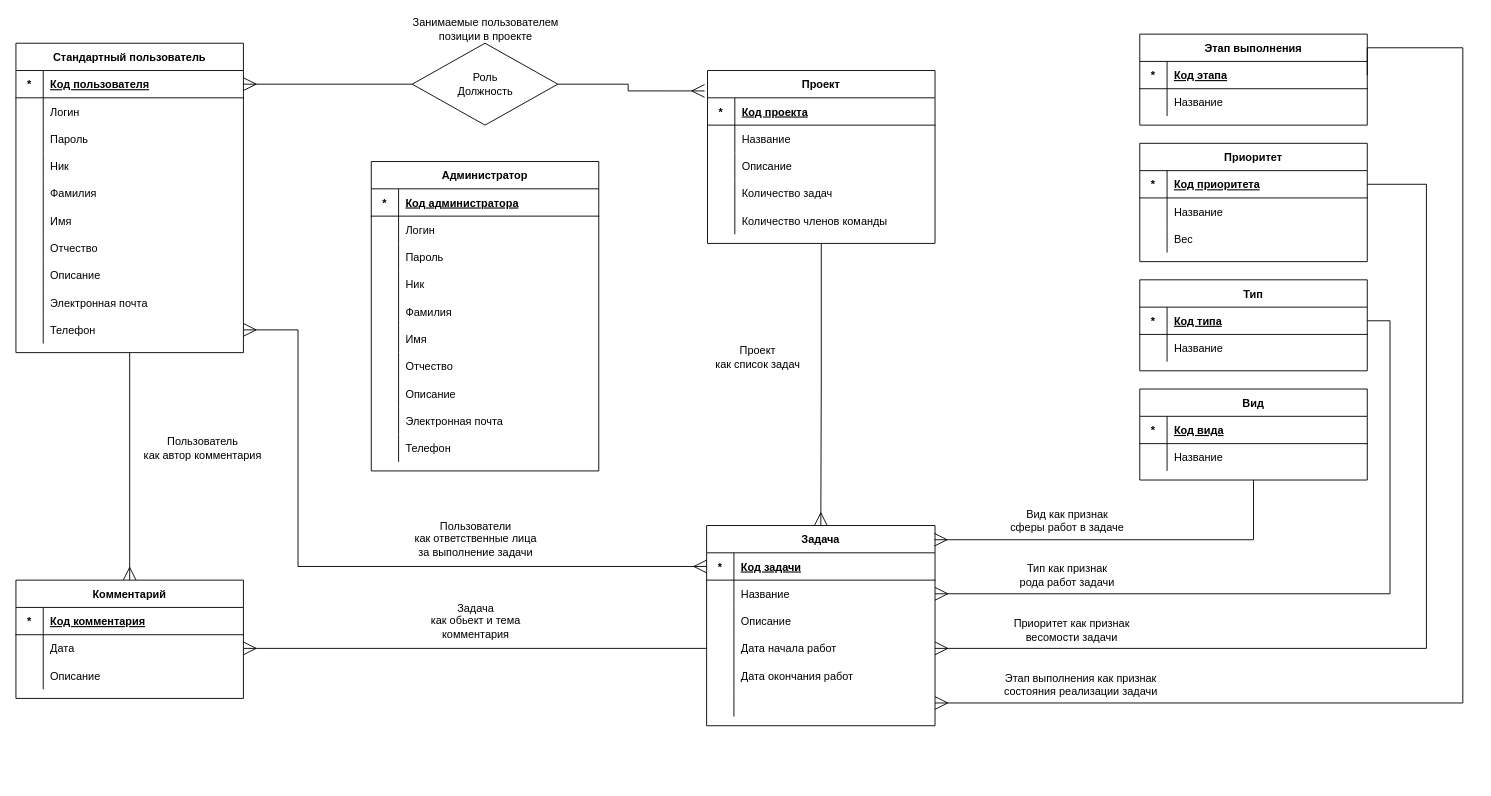
This is doc/erd.drawio from UlrixSingle/task-manager-suai-23, a draw.io file, before an edit. Source tidied: cells renumbered, new cells numbered last; positions are measured from the earlier drawing's top-left corner, leaving out a move shared by most shapes. Both pictures are drawn from the tidied source at 91%, with x=0, y=0 at pixel (15, 15).
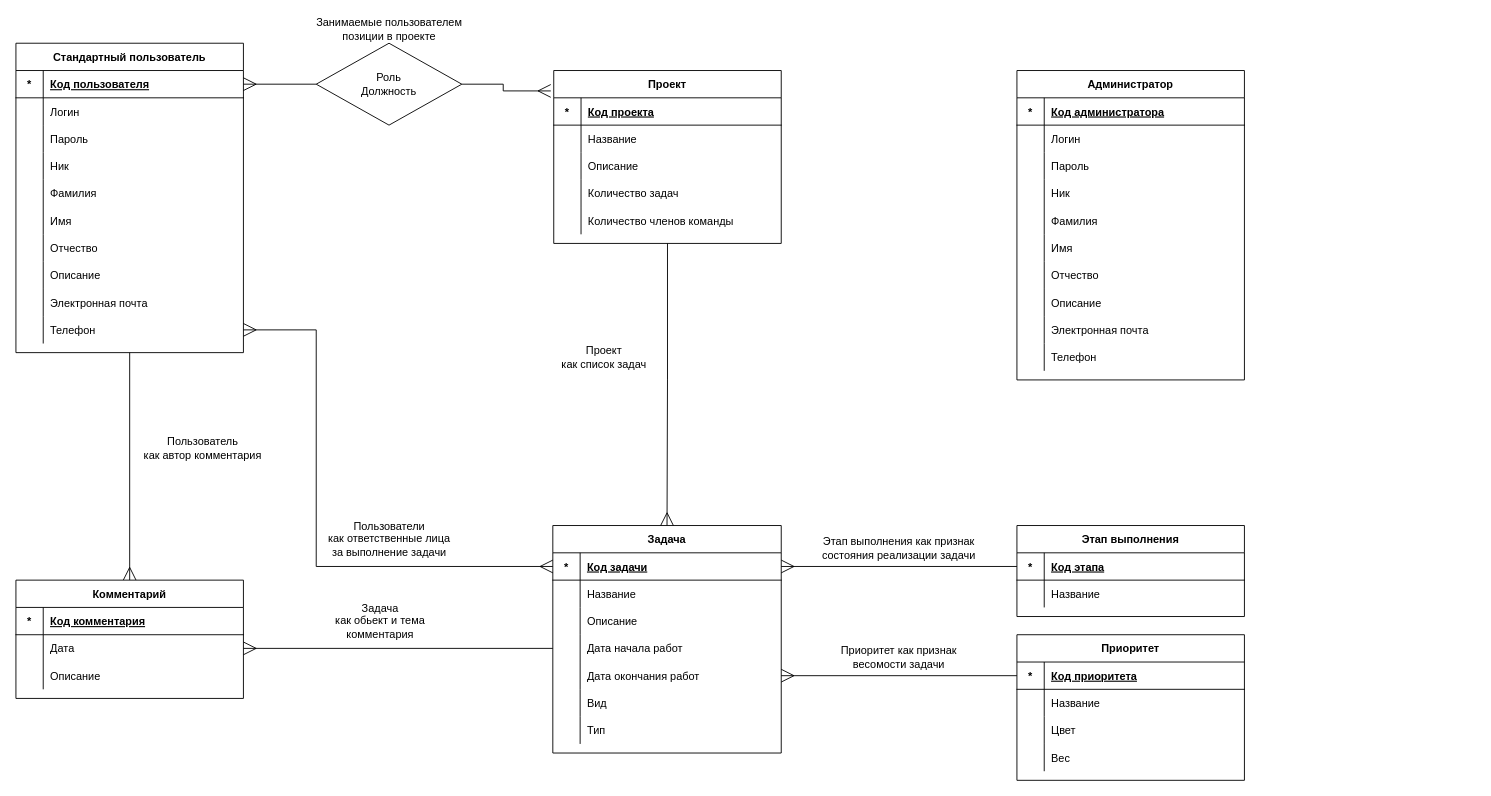
The same page after the edit.

The change refers to these unchanged cells:
```xml
<mxCell id="50" style="shape=partialRectangle;fillColor=none;points=[[0,0.5],[1,0.5]];portConstraint=eastwest;top=0;left=0;right=0;bottom=1;" parent="49" vertex="1">
  <mxGeometry y="30" width="251" height="30" as="geometry" />
</mxCell>
<mxCell id="53" style="shape=partialRectangle;fillColor=none;points=[[0,0.5],[1,0.5]];portConstraint=eastwest;top=0;left=0;right=0;bottom=0;" parent="49" vertex="1">
  <mxGeometry y="60" width="251" height="30" as="geometry" />
</mxCell>
<mxCell id="59" style="shape=partialRectangle;fillColor=none;points=[[0,0.5],[1,0.5]];portConstraint=eastwest;top=0;left=0;right=0;bottom=0;" parent="49" vertex="1">
  <mxGeometry y="120" width="251" height="30" as="geometry" />
</mxCell>
<mxCell id="62" style="shape=partialRectangle;fillColor=none;points=[[0,0.5],[1,0.5]];portConstraint=eastwest;top=0;left=0;right=0;bottom=0;" parent="49" vertex="1">
  <mxGeometry y="150" width="251" height="30" as="geometry" />
</mxCell>
<mxCell id="65" style="shape=partialRectangle;fillColor=none;points=[[0,0.5],[1,0.5]];portConstraint=eastwest;top=0;left=0;right=0;bottom=0;" parent="49" vertex="1">
  <mxGeometry y="180" width="251" height="30" as="geometry" />
</mxCell>
<mxCell id="95" style="shape=partialRectangle;fillColor=none;points=[[0,0.5],[1,0.5]];portConstraint=eastwest;top=0;left=0;right=0;bottom=1;" parent="94" vertex="1">
  <mxGeometry y="30" width="250" height="30" as="geometry" />
</mxCell>
<mxCell id="132" style="shape=partialRectangle;fillColor=none;points=[[0,0.5],[1,0.5]];portConstraint=eastwest;top=0;left=0;right=0;bottom=0;" parent="104" vertex="1">
  <mxGeometry y="300" width="250" height="30" as="geometry" />
</mxCell>
<mxCell id="152" style="shape=partialRectangle;fillColor=none;points=[[0,0.5],[1,0.5]];portConstraint=eastwest;top=0;left=0;right=0;bottom=1;" parent="151" vertex="1">
  <mxGeometry y="30" width="250" height="30" as="geometry" />
</mxCell>
```

The edit, as a diff of the source:
```diff
@@
     <mxCell id="2" value="Администратор" style="shape=table;startSize=30;childLayout=tableLayout;rowLines=0;fontStyle=1;align=center;" parent="1" vertex="1">
-      <mxGeometry x="390.5" y="160" width="250" height="340" as="geometry" />
+      <mxGeometry x="1100" y="60" width="250" height="340" as="geometry" />
     </mxCell>
@@
     <mxCell id="33" value="Проект" style="shape=table;startSize=30;childLayout=tableLayout;rowLines=0;fontStyle=1;align=center;" parent="1" vertex="1">
-      <mxGeometry x="760" y="60" width="250" height="190" as="geometry" />
+      <mxGeometry x="591" y="60" width="250" height="190" as="geometry" />
     </mxCell>
@@
     <mxCell id="49" value="Задача" style="shape=table;startSize=30;childLayout=tableLayout;rowLines=0;fontStyle=1;align=center;" parent="1" vertex="1">
-      <mxGeometry x="759" y="560" width="251" height="220" as="geometry" />
+      <mxGeometry x="590" y="560" width="251" height="250" as="geometry" />
     </mxCell>
@@
-    <mxCell id="67" style="shape=partialRectangle;overflow=hidden;fillColor=none;top=0;left=0;bottom=0;right=0;align=left;spacingLeft=6;" parent="65" vertex="1">
+    <mxCell id="67" value="Вид" style="shape=partialRectangle;overflow=hidden;fillColor=none;top=0;left=0;bottom=0;right=0;align=left;spacingLeft=6;" parent="65" vertex="1">
       <mxGeometry x="30" width="221" height="30" as="geometry" />
     </mxCell>
+    <mxCell id="161" style="shape=partialRectangle;fillColor=none;top=0;left=0;right=0;bottom=0;" parent="49" vertex="1">
+      <mxGeometry y="210" width="251" height="30" as="geometry" />
+    </mxCell>
+    <mxCell id="162" style="shape=partialRectangle;overflow=hidden;fillColor=none;top=0;left=0;bottom=0;right=0;" parent="161" vertex="1">
+      <mxGeometry width="30" height="30" as="geometry" />
+    </mxCell>
+    <mxCell id="86" value="Тип" style="shape=partialRectangle;overflow=hidden;fillColor=none;top=0;left=0;bottom=0;right=0;align=left;spacingLeft=6;" parent="161" vertex="1">
+      <mxGeometry x="30" width="221" height="30" as="geometry" />
+    </mxCell>
@@
-    <mxCell id="79" value="Вид" style="shape=table;startSize=30;childLayout=tableLayout;rowLines=0;fontStyle=1;align=center;" parent="1" vertex="1">
-      <mxGeometry x="1235" y="410" width="250" height="100" as="geometry" />
-    </mxCell>
-    <mxCell id="80" style="shape=partialRectangle;fillColor=none;top=0;left=0;right=0;bottom=1;" parent="79" vertex="1">
-      <mxGeometry y="30" width="250" height="30" as="geometry" />
-    </mxCell>
-    <mxCell id="81" value="*" style="shape=partialRectangle;overflow=hidden;fillColor=none;top=0;left=0;bottom=0;right=0;fontStyle=1;" parent="80" vertex="1">
-      <mxGeometry width="30" height="30" as="geometry" />
-    </mxCell>
-    <mxCell id="82" value="Код вида" style="shape=partialRectangle;overflow=hidden;fillColor=none;top=0;left=0;bottom=0;right=0;align=left;spacingLeft=6;fontStyle=5;" parent="80" vertex="1">
-      <mxGeometry x="30" width="220" height="30" as="geometry" />
-    </mxCell>
-    <mxCell id="83" style="shape=partialRectangle;fillColor=none;top=0;left=0;right=0;bottom=0;" parent="79" vertex="1">
-      <mxGeometry y="60" width="250" height="30" as="geometry" />
-    </mxCell>
-    <mxCell id="84" style="shape=partialRectangle;overflow=hidden;fillColor=none;top=0;left=0;bottom=0;right=0;" parent="83" vertex="1">
-      <mxGeometry width="30" height="30" as="geometry" />
-    </mxCell>
-    <mxCell id="85" value="Название" style="shape=partialRectangle;overflow=hidden;fillColor=none;top=0;left=0;bottom=0;right=0;align=left;spacingLeft=6;" parent="83" vertex="1">
-      <mxGeometry x="30" width="220" height="30" as="geometry" />
-    </mxCell>
-    <mxCell id="86" value="Тип" style="shape=table;startSize=30;childLayout=tableLayout;rowLines=0;fontStyle=1;align=center;" parent="1" vertex="1">
-      <mxGeometry x="1235" y="290" width="250" height="100" as="geometry" />
-    </mxCell>
-    <mxCell id="87" style="shape=partialRectangle;fillColor=none;points=[[0,0.5],[1,0.5]];portConstraint=eastwest;top=0;left=0;right=0;bottom=1;" parent="86" vertex="1">
-      <mxGeometry y="30" width="250" height="30" as="geometry" />
-    </mxCell>
-    <mxCell id="88" value="*" style="shape=partialRectangle;overflow=hidden;fillColor=none;top=0;left=0;bottom=0;right=0;fontStyle=1;" parent="87" vertex="1">
-      <mxGeometry width="30" height="30" as="geometry" />
-    </mxCell>
-    <mxCell id="89" value="Код типа" style="shape=partialRectangle;overflow=hidden;fillColor=none;top=0;left=0;bottom=0;right=0;align=left;spacingLeft=6;fontStyle=5;" parent="87" vertex="1">
-      <mxGeometry x="30" width="220" height="30" as="geometry" />
-    </mxCell>
-    <mxCell id="90" style="shape=partialRectangle;fillColor=none;top=0;left=0;right=0;bottom=0;" parent="86" vertex="1">
-      <mxGeometry y="60" width="250" height="30" as="geometry" />
-    </mxCell>
-    <mxCell id="91" style="shape=partialRectangle;overflow=hidden;fillColor=none;top=0;left=0;bottom=0;right=0;" parent="90" vertex="1">
-      <mxGeometry width="30" height="30" as="geometry" />
-    </mxCell>
-    <mxCell id="92" value="Название" style="shape=partialRectangle;overflow=hidden;fillColor=none;top=0;left=0;bottom=0;right=0;align=left;spacingLeft=6;" parent="90" vertex="1">
-      <mxGeometry x="30" width="220" height="30" as="geometry" />
-    </mxCell>
-    <mxCell id="93" style="edgeStyle=orthogonalEdgeStyle;rounded=0;jettySize=auto;html=1;exitX=1;exitY=0.5;exitDx=0;exitDy=0;startArrow=none;startFill=0;endArrow=ERmany;endFill=0;startSize=12;endSize=12;entryX=1;entryY=0.5;entryDx=0;entryDy=0;" parent="1" edge="1" source="95" target="59">
-      <mxGeometry relative="1" as="geometry">
-        <Array as="points">
-          <mxPoint x="1550" y="185" />
-          <mxPoint x="1550" y="695" />
-        </Array>
-      </mxGeometry>
-    </mxCell>
     <mxCell id="94" value="Приоритет" style="shape=table;startSize=30;childLayout=tableLayout;rowLines=0;fontStyle=1;align=center;" parent="1" vertex="1">
-      <mxGeometry x="1235" y="140" width="250" height="130" as="geometry" />
+      <mxGeometry x="1100" y="680" width="250" height="160" as="geometry" />
     </mxCell>
@@
+    <mxCell id="163" style="shape=partialRectangle;fillColor=none;top=0;left=0;right=0;bottom=0;" parent="94" vertex="1">
+      <mxGeometry y="90" width="250" height="30" as="geometry" />
+    </mxCell>
+    <mxCell id="164" style="shape=partialRectangle;overflow=hidden;fillColor=none;top=0;left=0;bottom=0;right=0;" parent="163" vertex="1">
+      <mxGeometry width="30" height="30" as="geometry" />
+    </mxCell>
+    <mxCell id="165" value="Цвет" style="shape=partialRectangle;overflow=hidden;fillColor=none;top=0;left=0;bottom=0;right=0;align=left;spacingLeft=6;" parent="163" vertex="1">
+      <mxGeometry x="30" width="220" height="30" as="geometry" />
+    </mxCell>
     <mxCell id="101" style="shape=partialRectangle;fillColor=none;top=0;left=0;right=0;bottom=0;" parent="94" vertex="1">
-      <mxGeometry y="90" width="250" height="30" as="geometry" />
+      <mxGeometry y="120" width="250" height="30" as="geometry" />
     </mxCell>
@@
     <mxCell id="136" style="group;" parent="1" vertex="1">
-      <mxGeometry x="425.5" width="180" height="120" as="geometry" />
+      <mxGeometry x="320" width="180" height="120" as="geometry" />
     </mxCell>
@@
     <mxCell id="142" value="Задача&lt;br&gt;как обьект и тема &lt;br&gt;комментария" style="text;html=1;align=center;verticalAlign=middle;strokeColor=none;fillColor=none;" parent="1" vertex="1">
-      <mxGeometry x="450" y="640" width="110" height="50" as="geometry" />
+      <mxGeometry x="344.5" y="640" width="110" height="50" as="geometry" />
     </mxCell>
@@
     <mxCell id="144" style="edgeStyle=orthogonalEdgeStyle;rounded=0;jettySize=auto;html=1;exitX=1;exitY=0.5;exitDx=0;exitDy=0;entryX=0;entryY=0.5;entryDx=0;entryDy=0;endArrow=ERmany;endFill=0;endSize=12;startSize=12;startArrow=ERmany;startFill=0;" parent="1" edge="1" source="132" target="50">
       <mxGeometry relative="1" as="geometry">
         <Array as="points">
-          <mxPoint x="310" y="345" />
-          <mxPoint x="310" y="605" />
+          <mxPoint x="330" y="345" />
+          <mxPoint x="330" y="605" />
         </Array>
       </mxGeometry>
     </mxCell>
     <mxCell id="145" value="Пользователи&lt;br&gt;как ответственные лица&lt;br&gt;за выполнение задачи" style="text;html=1;align=center;verticalAlign=middle;strokeColor=none;fillColor=none;" parent="1" vertex="1">
-      <mxGeometry x="430" y="550" width="150" height="50" as="geometry" />
+      <mxGeometry x="335" y="550" width="150" height="50" as="geometry" />
     </mxCell>
-    <mxCell id="146" style="edgeStyle=orthogonalEdgeStyle;rounded=0;jettySize=auto;html=1;exitX=1;exitY=0.5;exitDx=0;exitDy=0;startArrow=none;startFill=0;endArrow=ERmany;endFill=0;startSize=12;endSize=12;entryX=1;entryY=0.5;entryDx=0;entryDy=0;" parent="1" edge="1" source="87" target="53">
-      <mxGeometry relative="1" as="geometry">
-        <Array as="points">
-          <mxPoint x="1510" y="335" />
-          <mxPoint x="1510" y="635" />
-        </Array>
-      </mxGeometry>
-    </mxCell>
-    <mxCell id="147" style="edgeStyle=orthogonalEdgeStyle;rounded=0;jettySize=auto;html=1;exitX=0.5;exitY=1;exitDx=0;exitDy=0;startArrow=none;startFill=0;endArrow=ERmany;endFill=0;startSize=12;endSize=12;entryX=0.997;entryY=0.071;entryDx=0;entryDy=0;entryPerimeter=0;" parent="1" edge="1" source="79" target="49">
-      <mxGeometry relative="1" as="geometry">
-        <Array as="points">
-          <mxPoint x="1360" y="576" />
-        </Array>
-      </mxGeometry>
-    </mxCell>
-    <mxCell id="148" value="Вид как признак &lt;br&gt;сферы работ в задаче" style="text;html=1;align=center;verticalAlign=middle;strokeColor=none;fillColor=none;" parent="1" vertex="1">
-      <mxGeometry x="1085" y="540" width="140" height="30" as="geometry" />
-    </mxCell>
-    <mxCell id="149" value="Тип как признак&lt;br&gt;рода работ задачи" style="text;html=1;align=center;verticalAlign=middle;strokeColor=none;fillColor=none;" parent="1" vertex="1">
-      <mxGeometry x="1095" y="600" width="120" height="30" as="geometry" />
-    </mxCell>
     <mxCell id="150" value="Приоритет как признак&lt;br&gt;весомости задачи" style="text;html=1;align=center;verticalAlign=middle;strokeColor=none;fillColor=none;" parent="1" vertex="1">
-      <mxGeometry x="1090" y="660" width="140" height="30" as="geometry" />
+      <mxGeometry x="900" y="690" width="140" height="30" as="geometry" />
     </mxCell>
     <mxCell id="151" value="Этап выполнения" style="shape=table;startSize=30;childLayout=tableLayout;rowLines=0;fontStyle=1;align=center;" parent="1" vertex="1">
-      <mxGeometry x="1235" y="20" width="250" height="100" as="geometry" />
+      <mxGeometry x="1100" y="560" width="250" height="100" as="geometry" />
     </mxCell>
@@
-    <mxCell id="158" style="edgeStyle=orthogonalEdgeStyle;rounded=0;jettySize=auto;html=1;exitX=1;exitY=0.5;exitDx=0;exitDy=0;startArrow=none;startFill=0;endArrow=ERmany;endFill=0;startSize=12;endSize=12;entryX=1;entryY=0.5;entryDx=0;entryDy=0;" parent="1" edge="1" source="152" target="65">
-      <mxGeometry relative="1" as="geometry">
-        <Array as="points">
-          <mxPoint x="1590" y="35" />
-          <mxPoint x="1590" y="755" />
-        </Array>
-      </mxGeometry>
-    </mxCell>
     <mxCell id="159" value="Этап выполнения как признак&lt;br&gt;состояния реализации задачи" style="text;html=1;align=center;verticalAlign=middle;strokeColor=none;fillColor=none;" parent="1" vertex="1">
-      <mxGeometry x="1080" y="720" width="180" height="30" as="geometry" />
+      <mxGeometry x="880" y="570" width="180" height="30" as="geometry" />
     </mxCell>
     <mxCell id="160" value="Проект &lt;br&gt;как список задач" style="text;html=1;align=center;verticalAlign=middle;strokeColor=none;fillColor=none;" parent="1" vertex="1">
-      <mxGeometry x="760" y="360" width="110" height="30" as="geometry" />
+      <mxGeometry x="591" y="360" width="110" height="30" as="geometry" />
     </mxCell>
+    <mxCell id="166" style="edgeStyle=orthogonalEdgeStyle;rounded=0;jettySize=auto;html=1;exitX=0;exitY=0.5;exitDx=0;exitDy=0;entryX=1;entryY=0.5;entryDx=0;entryDy=0;endArrow=ERmany;endFill=0;startSize=12;endSize=12;" parent="1" edge="1" source="152" target="50">
+      <mxGeometry relative="1" as="geometry" />
+    </mxCell>
+    <mxCell id="167" style="edgeStyle=orthogonalEdgeStyle;rounded=0;jettySize=auto;html=1;exitX=0;exitY=0.5;exitDx=0;exitDy=0;entryX=1;entryY=0.5;entryDx=0;entryDy=0;endArrow=ERmany;endFill=0;startSize=12;endSize=12;" parent="1" edge="1" source="95" target="62">
+      <mxGeometry relative="1" as="geometry" />
+    </mxCell>
```
